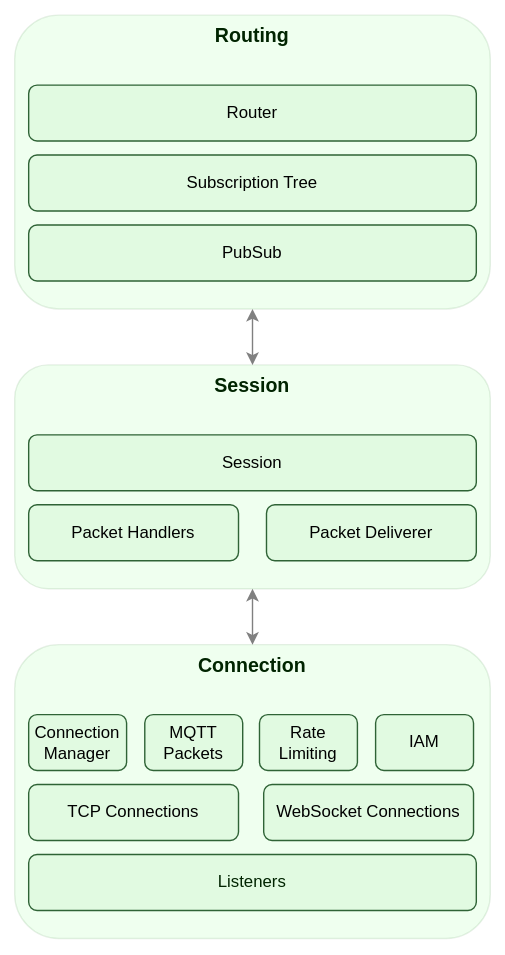
gsalomao/maxmq keeps this draw.io diagram as docs/assets/mqtt-server.svg. Above is the earlier version. Source tidied: cells renumbered, new cells last; positions are measured from the earlier drawing's top-left corner, leaving out a move shared by most shapes.
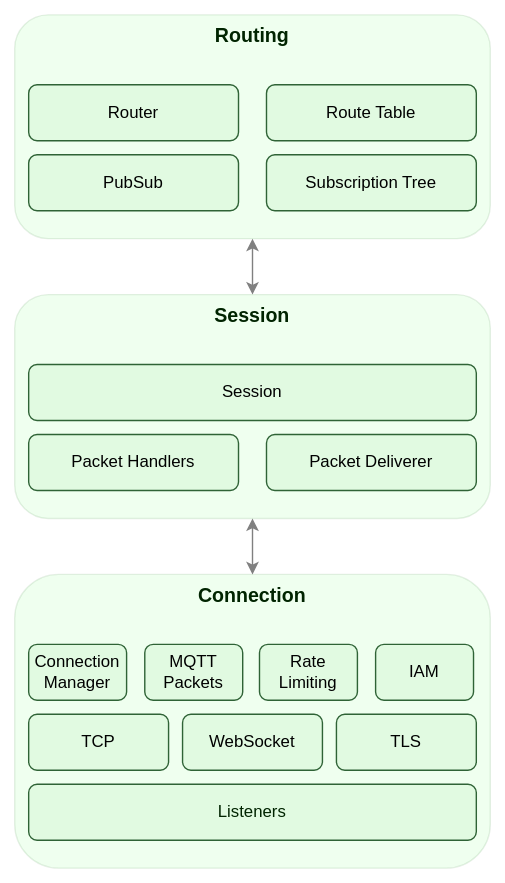
After the commit.

What changed in the source:
```diff
@@ -3,7 +3,7 @@
     <mxCell id="0" />
     <mxCell id="1" parent="0" />
     <mxCell id="2" style="rounded=0;whiteSpace=wrap;html=1;strokeColor=none;fontSize=14;fontColor=#002400;fillColor=#FFFFFF;gradientColor=none;" parent="1" vertex="1">
-      <mxGeometry width="360" height="680" as="geometry" />
+      <mxGeometry y="50" width="360" height="630" as="geometry" />
     </mxCell>
     <mxCell id="3" style="rounded=1;whiteSpace=wrap;html=1;fillColor=#66FF66;strokeColor=#006600;opacity=10;" parent="1" vertex="1">
       <mxGeometry x="10" y="460" width="340" height="210" as="geometry" />
@@ -27,13 +27,13 @@
       <mxGeometry x="10" y="260" width="340" height="30" as="geometry" />
     </mxCell>
     <mxCell id="10" style="rounded=1;whiteSpace=wrap;html=1;fillColor=#66FF66;opacity=10;strokeColor=#006600;" parent="1" vertex="1">
-      <mxGeometry x="10" y="10" width="340" height="210" as="geometry" />
+      <mxGeometry x="10" y="60" width="340" height="160" as="geometry" />
     </mxCell>
     <mxCell id="11" value="Routing" style="text;html=1;strokeColor=none;fillColor=none;align=center;verticalAlign=middle;whiteSpace=wrap;rounded=0;fontStyle=1;fontSize=14;fontColor=#002400;" parent="1" vertex="1">
-      <mxGeometry x="10" y="10" width="340" height="30" as="geometry" />
+      <mxGeometry x="10" y="60" width="340" height="30" as="geometry" />
     </mxCell>
-    <mxCell id="12" value="&lt;span style=&quot;color: rgb(0, 0, 0);&quot;&gt;TCP Connections&lt;/span&gt;" style="rounded=1;whiteSpace=wrap;html=1;fillColor=#E1FAE1;strokeColor=#2F6336;fontColor=#002400;" parent="1" vertex="1">
-      <mxGeometry x="20" y="560" width="150" height="40" as="geometry" />
+    <mxCell id="12" value="&lt;span style=&quot;color: rgb(0, 0, 0);&quot;&gt;TCP&lt;/span&gt;" style="rounded=1;whiteSpace=wrap;html=1;fillColor=#E1FAE1;strokeColor=#2F6336;fontColor=#002400;" parent="1" vertex="1">
+      <mxGeometry x="20" y="560" width="100" height="40" as="geometry" />
     </mxCell>
     <mxCell id="13" value="&lt;span style=&quot;color: rgb(0, 0, 0);&quot;&gt;Connection Manager&lt;/span&gt;" style="rounded=1;whiteSpace=wrap;html=1;fillColor=#E1FAE1;strokeColor=#2F6336;fontColor=#002400;" parent="1" vertex="1">
       <mxGeometry x="20" y="510" width="70" height="40" as="geometry" />
@@ -45,14 +45,14 @@
       <mxGeometry x="20" y="310" width="320" height="40" as="geometry" />
     </mxCell>
     <mxCell id="16" value="&lt;span style=&quot;color: rgb(0, 0, 0);&quot;&gt;PubSub&lt;/span&gt;" style="rounded=1;whiteSpace=wrap;html=1;fillColor=#E1FAE1;strokeColor=#2F6336;fontColor=#002400;" parent="1" vertex="1">
-      <mxGeometry x="20" y="160" width="320" height="40" as="geometry" />
+      <mxGeometry x="20" y="160" width="150" height="40" as="geometry" />
     </mxCell>
+    <mxCell id="18" value="&lt;span style=&quot;color: rgb(0, 0, 0);&quot;&gt;Router&lt;/span&gt;" style="rounded=1;whiteSpace=wrap;html=1;fillColor=#E1FAE1;strokeColor=#2F6336;fontColor=#002400;" parent="1" vertex="1">
+      <mxGeometry x="20" y="110" width="150" height="40" as="geometry" />
+    </mxCell>
     <mxCell id="17" value="&lt;span style=&quot;color: rgb(0, 0, 0);&quot;&gt;Subscription Tree&lt;/span&gt;" style="rounded=1;whiteSpace=wrap;html=1;fillColor=#E1FAE1;strokeColor=#2F6336;fontColor=#002400;" parent="1" vertex="1">
-      <mxGeometry x="20" y="110" width="320" height="40" as="geometry" />
+      <mxGeometry x="190" y="160" width="150" height="40" as="geometry" />
     </mxCell>
-    <mxCell id="18" value="&lt;span style=&quot;color: rgb(0, 0, 0);&quot;&gt;Router&lt;/span&gt;" style="rounded=1;whiteSpace=wrap;html=1;fillColor=#E1FAE1;strokeColor=#2F6336;fontColor=#002400;" parent="1" vertex="1">
-      <mxGeometry x="20" y="60" width="320" height="40" as="geometry" />
-    </mxCell>
     <mxCell id="19" value="&lt;span style=&quot;color: rgb(0, 0, 0);&quot;&gt;MQTT Packets&lt;/span&gt;" style="rounded=1;whiteSpace=wrap;html=1;fillColor=#E1FAE1;strokeColor=#2F6336;fontColor=#002400;" parent="1" vertex="1">
       <mxGeometry x="103" y="510" width="70" height="40" as="geometry" />
     </mxCell>
@@ -62,11 +62,17 @@
     <mxCell id="21" value="&lt;span style=&quot;color: rgb(0, 0, 0);&quot;&gt;Packet Deliverer&lt;/span&gt;" style="rounded=1;whiteSpace=wrap;html=1;fillColor=#E1FAE1;strokeColor=#2F6336;fontColor=#002400;" parent="1" vertex="1">
       <mxGeometry x="190" y="360" width="150" height="40" as="geometry" />
     </mxCell>
-    <mxCell id="22" value="&lt;span style=&quot;color: rgb(0, 0, 0);&quot;&gt;WebSocket Connections&lt;/span&gt;" style="rounded=1;whiteSpace=wrap;html=1;fillColor=#E1FAE1;strokeColor=#2F6336;fontColor=#002400;" parent="1" vertex="1">
-      <mxGeometry x="188" y="560" width="150" height="40" as="geometry" />
+    <mxCell id="22" value="&lt;span style=&quot;color: rgb(0, 0, 0);&quot;&gt;WebSocket&lt;/span&gt;" style="rounded=1;whiteSpace=wrap;html=1;fillColor=#E1FAE1;strokeColor=#2F6336;fontColor=#002400;" parent="1" vertex="1">
+      <mxGeometry x="130" y="560" width="100" height="40" as="geometry" />
     </mxCell>
     <mxCell id="23" value="&lt;span style=&quot;color: rgb(0, 0, 0);&quot;&gt;IAM&lt;/span&gt;" style="rounded=1;whiteSpace=wrap;html=1;fillColor=#E1FAE1;strokeColor=#2F6336;fontColor=#002400;" parent="1" vertex="1">
       <mxGeometry x="268" y="510" width="70" height="40" as="geometry" />
     </mxCell>
+    <mxCell id="24" value="&lt;span style=&quot;color: rgb(0, 0, 0);&quot;&gt;TLS&lt;/span&gt;" style="rounded=1;whiteSpace=wrap;html=1;fillColor=#E1FAE1;strokeColor=#2F6336;fontColor=#002400;" parent="1" vertex="1">
+      <mxGeometry x="240" y="560" width="100" height="40" as="geometry" />
+    </mxCell>
+    <mxCell id="25" value="&lt;span style=&quot;color: rgb(0, 0, 0);&quot;&gt;Route Table&lt;/span&gt;" style="rounded=1;whiteSpace=wrap;html=1;fillColor=#E1FAE1;strokeColor=#2F6336;fontColor=#002400;" parent="1" vertex="1">
+      <mxGeometry x="190" y="110" width="150" height="40" as="geometry" />
+    </mxCell>
   </root>
 </mxGraphModel>
```
